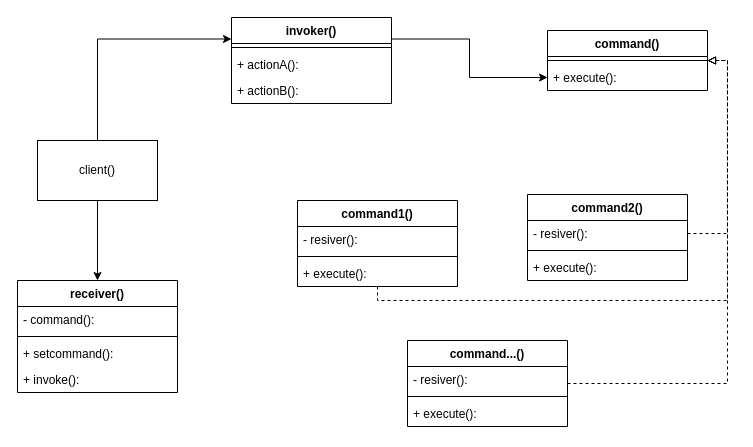
Inferno20055/dlia-sebia keeps this draw.io diagram as command.drawio. Above is the earlier version. Source tidied: cells renumbered, new cells numbered last; positions are measured from the earlier drawing's top-left corner, leaving out a move shared by most shapes. Both pictures are drawn from the tidied source at 100%, with x=0, y=0 at pixel (17, 17).
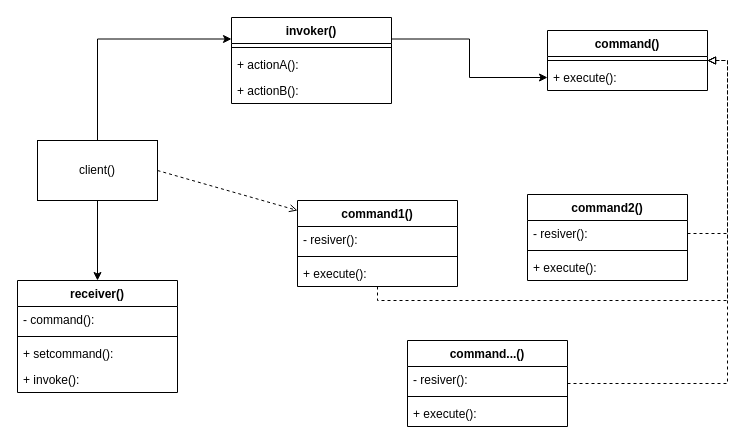
The same page after the edit.

The change refers to these unchanged cells:
```xml
<mxCell id="17" value="client()" style="rounded=0;whiteSpace=wrap;html=1;" parent="1" vertex="1">
  <mxGeometry x="20" y="123" width="120" height="60" as="geometry" />
</mxCell>
<mxCell id="19" value="command1()" style="swimlane;fontStyle=1;align=center;verticalAlign=top;horizontal=1;startSize=26;whiteSpace=wrap;html=1;" parent="1" vertex="1">
  <mxGeometry x="280" y="183" width="160" height="86" as="geometry" />
</mxCell>
```

Diff of the diagram source:
```diff
@@
+    <mxCell id="33" style="endArrow=open;html=1;rounded=0;entryX=0;entryY=0.116;entryDx=0;entryDy=0;entryPerimeter=0;exitX=1;exitY=0.5;exitDx=0;exitDy=0;dashed=1;endFill=0;" parent="1" edge="1" source="17" target="19">
+      <mxGeometry relative="1" as="geometry" />
+    </mxCell>
```
